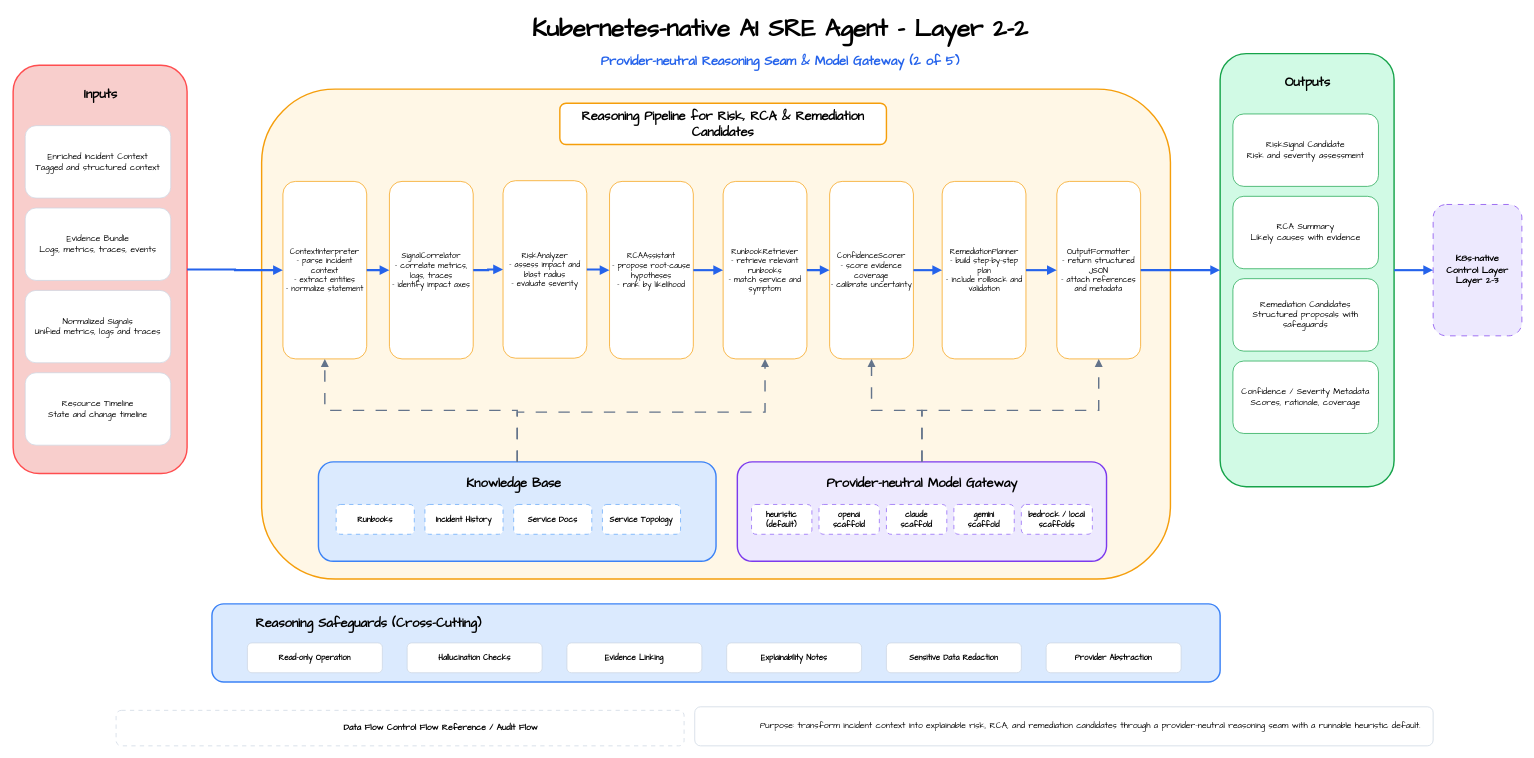
The draw.io diagram page "Layer 2-2" (2 of 5) of docs/drawio/Kubernetes-native AI Agent Platform Architecture v2.drawio in FluxSeer/fluxseer-rca, before the edit. Source tidied: cells renumbered, new cells numbered last; positions are measured from the earlier drawing's top-left corner, leaving out a move shared by most shapes. Both pictures are drawn from the tidied source at 71%, with x=0, y=0 at pixel (13, 14).
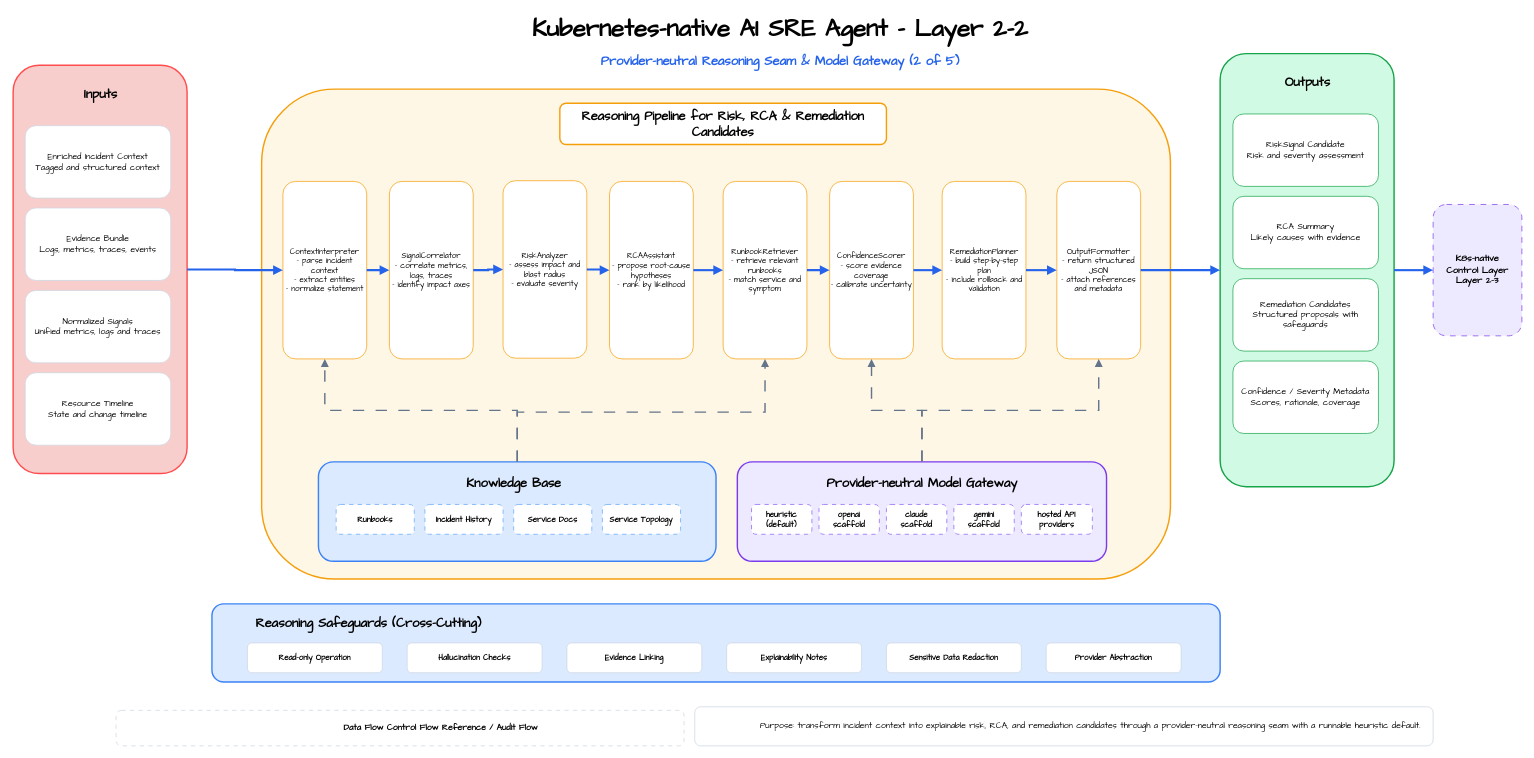
After the change.

The edit, as a diff of the source:
```diff
@@
-    <mxCell id="32" value="bedrock / local&#10;scaffolds" style="rounded=1;whiteSpace=wrap;html=1;fillColor=#ffffff;strokeColor=#8b5cf6;dashed=1;dashPattern=6 6;fontFamily=Comic Sans MS;fontStyle=1;fontSize=11;" parent="1" vertex="1">
+    <mxCell id="32" value="hosted API&#10;providers" style="rounded=1;whiteSpace=wrap;html=1;fillColor=#ffffff;strokeColor=#8b5cf6;dashed=1;dashPattern=6 6;fontFamily=Comic Sans MS;fontStyle=1;fontSize=11;" parent="1" vertex="1">
       <mxGeometry x="1420" y="690" width="100" height="42" as="geometry" />
     </mxCell>
```
